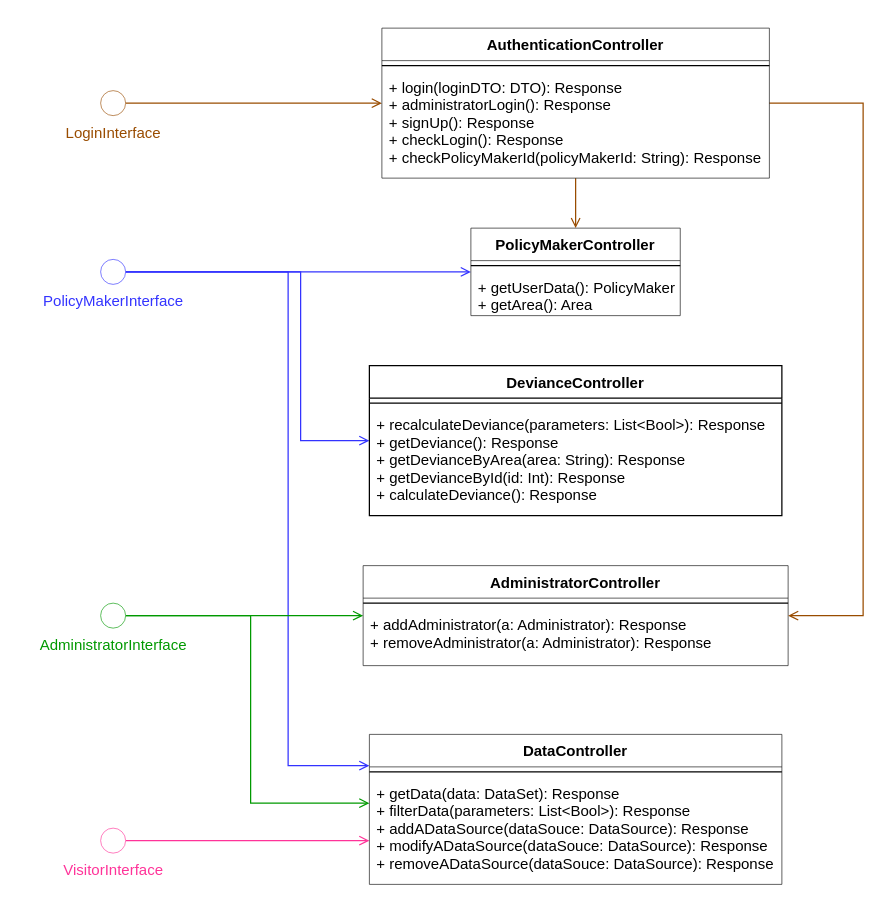
matteovisotto/SE2-CecchettoSirianiVisotto keeps this draw.io diagram as page "ComponentInterfaceAdministrator" (2 of 2) of DD Diagrams/ComponentInterfaces.drawio. Above is the earlier version. Source tidied: cells renumbered, new cells numbered last; positions are measured from the earlier drawing's top-left corner, leaving out a move shared by most shapes. Both pictures are drawn from the tidied source at 125%, with x=0, y=0 at pixel (100, 28).
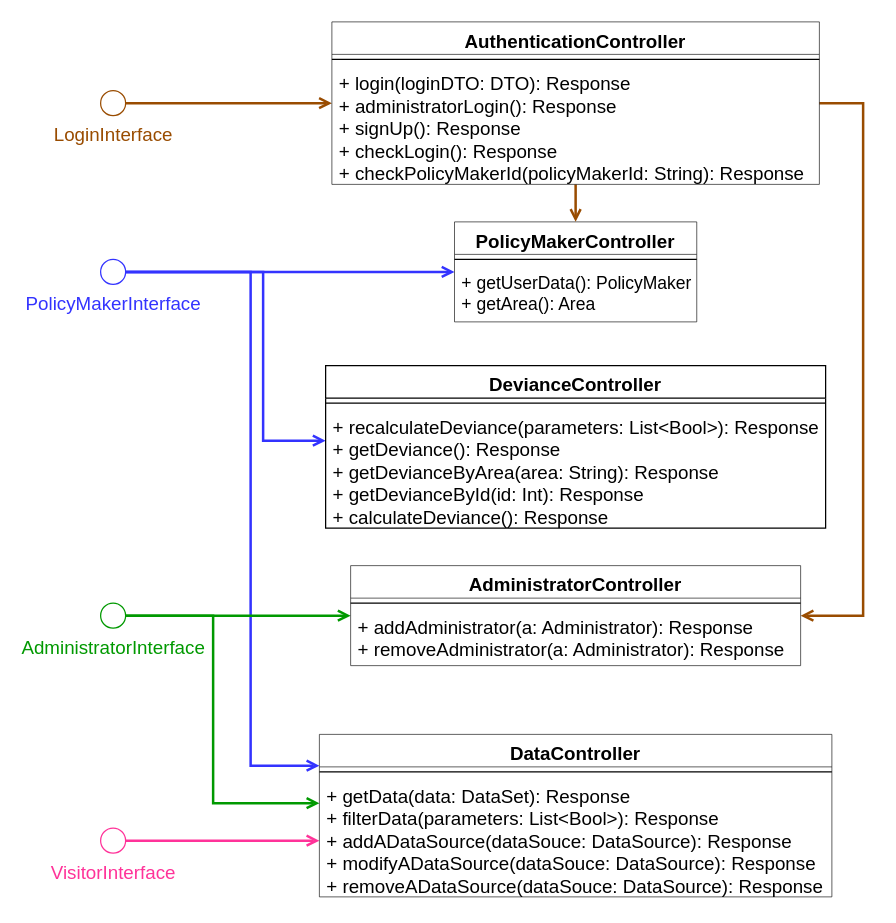
After the change.

What changed in the source:
```diff
@@
-    <mxCell id="2" style="edgeStyle=orthogonalEdgeStyle;rounded=0;jettySize=auto;html=1;endArrow=open;endFill=0;strokeColor=#3333FF;" parent="1" edge="1" source="5" target="16">
+    <mxCell id="2" style="edgeStyle=orthogonalEdgeStyle;rounded=0;jettySize=auto;html=1;endArrow=open;endFill=0;strokeColor=#3333FF;strokeWidth=2;" parent="1" edge="1" source="5" target="16">
       <mxGeometry relative="1" as="geometry" />
     </mxCell>
-    <mxCell id="3" style="edgeStyle=orthogonalEdgeStyle;rounded=0;jettySize=auto;html=1;exitX=1;exitY=0.5;exitDx=0;exitDy=0;exitPerimeter=0;endArrow=open;endFill=0;strokeColor=#3333FF;" parent="1" edge="1" source="5" target="19">
+    <mxCell id="3" style="edgeStyle=orthogonalEdgeStyle;rounded=0;jettySize=auto;html=1;exitX=1;exitY=0.5;exitDx=0;exitDy=0;exitPerimeter=0;endArrow=open;endFill=0;strokeColor=#3333FF;strokeWidth=2;" parent="1" edge="1" source="5" target="19">
       <mxGeometry relative="1" as="geometry">
         <Array as="points">
-          <mxPoint x="150" y="195" />
-          <mxPoint x="150" y="590" />
+          <mxPoint x="120" y="195" />
+          <mxPoint x="120" y="590" />
         </Array>
       </mxGeometry>
     </mxCell>
-    <mxCell id="4" style="edgeStyle=orthogonalEdgeStyle;rounded=0;jettySize=auto;html=1;exitX=1;exitY=0.5;exitDx=0;exitDy=0;exitPerimeter=0;fontColor=#000000;endArrow=open;endFill=0;strokeColor=#3333FF;" parent="1" edge="1" source="5" target="27">
+    <mxCell id="4" style="edgeStyle=orthogonalEdgeStyle;rounded=0;jettySize=auto;html=1;exitX=1;exitY=0.5;exitDx=0;exitDy=0;exitPerimeter=0;fontColor=#000000;endArrow=open;endFill=0;strokeColor=#3333FF;strokeWidth=2;" parent="1" edge="1" source="5" target="27">
       <mxGeometry relative="1" as="geometry">
         <Array as="points">
-          <mxPoint x="160" y="195" />
-          <mxPoint x="160" y="330" />
+          <mxPoint x="130" y="195" />
+          <mxPoint x="130" y="330" />
         </Array>
       </mxGeometry>
     </mxCell>
-    <mxCell id="5" value="&lt;font color=&quot;#3333ff&quot;&gt;PolicyMakerInterface&lt;/font&gt;" style="verticalLabelPosition=bottom;verticalAlign=top;html=1;shape=mxgraph.flowchart.on-page_reference;strokeWidth=0.5;strokeColor=#3333FF;" parent="1" vertex="1">
+    <mxCell id="5" value="&lt;font color=&quot;#3333ff&quot; style=&quot;font-size: 15px&quot;&gt;PolicyMakerInterface&lt;/font&gt;" style="verticalLabelPosition=bottom;verticalAlign=top;html=1;shape=mxgraph.flowchart.on-page_reference;strokeWidth=1;strokeColor=#3333FF;" parent="1" vertex="1">
       <mxGeometry y="185" width="20" height="20" as="geometry" />
     </mxCell>
-    <mxCell id="6" style="edgeStyle=orthogonalEdgeStyle;rounded=0;jettySize=auto;html=1;endArrow=open;endFill=0;strokeColor=#994C00;" parent="1" edge="1" source="7" target="24">
+    <mxCell id="6" style="edgeStyle=orthogonalEdgeStyle;rounded=0;jettySize=auto;html=1;endArrow=open;endFill=0;strokeColor=#994C00;strokeWidth=2;" parent="1" edge="1" source="7" target="24">
       <mxGeometry relative="1" as="geometry" />
     </mxCell>
-    <mxCell id="7" value="&lt;font color=&quot;#994c00&quot;&gt;LoginInterface&lt;/font&gt;" style="verticalLabelPosition=bottom;verticalAlign=top;html=1;shape=mxgraph.flowchart.on-page_reference;strokeWidth=0.5;strokeColor=#994C00;" parent="1" vertex="1">
+    <mxCell id="7" value="&lt;font color=&quot;#994c00&quot; style=&quot;font-size: 15px&quot;&gt;LoginInterface&lt;/font&gt;" style="verticalLabelPosition=bottom;verticalAlign=top;html=1;shape=mxgraph.flowchart.on-page_reference;strokeWidth=1;strokeColor=#994C00;" parent="1" vertex="1">
       <mxGeometry y="50" width="20" height="20" as="geometry" />
     </mxCell>
-    <mxCell id="8" style="edgeStyle=orthogonalEdgeStyle;rounded=0;jettySize=auto;html=1;endArrow=open;endFill=0;exitX=1;exitY=0.5;exitDx=0;exitDy=0;exitPerimeter=0;strokeColor=#009900;" parent="1" edge="1" source="10" target="13">
+    <mxCell id="8" style="edgeStyle=orthogonalEdgeStyle;rounded=0;jettySize=auto;html=1;endArrow=open;endFill=0;exitX=1;exitY=0.5;exitDx=0;exitDy=0;exitPerimeter=0;strokeColor=#009900;strokeWidth=2;" parent="1" edge="1" source="10" target="13">
       <mxGeometry relative="1" as="geometry">
         <Array as="points">
           <mxPoint x="100" y="470" />
           <mxPoint x="100" y="470" />
         </Array>
       </mxGeometry>
     </mxCell>
-    <mxCell id="9" style="edgeStyle=orthogonalEdgeStyle;rounded=0;jettySize=auto;html=1;exitX=1;exitY=0.5;exitDx=0;exitDy=0;exitPerimeter=0;endArrow=open;endFill=0;strokeColor=#009900;" parent="1" edge="1" source="10" target="19">
+    <mxCell id="9" style="edgeStyle=orthogonalEdgeStyle;rounded=0;jettySize=auto;html=1;exitX=1;exitY=0.5;exitDx=0;exitDy=0;exitPerimeter=0;endArrow=open;endFill=0;strokeColor=#009900;strokeWidth=2;" parent="1" edge="1" source="10" target="19">
       <mxGeometry relative="1" as="geometry">
         <Array as="points">
-          <mxPoint x="120" y="470" />
-          <mxPoint x="120" y="620" />
+          <mxPoint x="90" y="470" />
+          <mxPoint x="90" y="620" />
         </Array>
       </mxGeometry>
     </mxCell>
-    <mxCell id="10" value="&lt;font color=&quot;#009900&quot;&gt;AdministratorInterface&lt;/font&gt;" style="verticalLabelPosition=bottom;verticalAlign=top;html=1;shape=mxgraph.flowchart.on-page_reference;strokeWidth=0.5;strokeColor=#009900;" parent="1" vertex="1">
+    <mxCell id="10" value="&lt;font color=&quot;#009900&quot; style=&quot;font-size: 15px&quot;&gt;AdministratorInterface&lt;/font&gt;" style="verticalLabelPosition=bottom;verticalAlign=top;html=1;shape=mxgraph.flowchart.on-page_reference;strokeWidth=1;strokeColor=#009900;" parent="1" vertex="1">
       <mxGeometry y="460" width="20" height="20" as="geometry" />
     </mxCell>
-    <mxCell id="11" style="edgeStyle=orthogonalEdgeStyle;rounded=0;jettySize=auto;html=1;endArrow=open;endFill=0;exitX=1;exitY=0.5;exitDx=0;exitDy=0;exitPerimeter=0;strokeColor=#FF3399;" parent="1" edge="1" source="12" target="19">
+    <mxCell id="11" style="edgeStyle=orthogonalEdgeStyle;rounded=0;jettySize=auto;html=1;endArrow=open;endFill=0;exitX=1;exitY=0.5;exitDx=0;exitDy=0;exitPerimeter=0;strokeColor=#FF3399;strokeWidth=2;" parent="1" edge="1" source="12" target="19">
       <mxGeometry relative="1" as="geometry">
         <Array as="points">
           <mxPoint x="20" y="650" />
         </Array>
       </mxGeometry>
     </mxCell>
-    <mxCell id="12" value="&lt;font color=&quot;#ff3399&quot;&gt;VisitorInterface&lt;/font&gt;" style="verticalLabelPosition=bottom;verticalAlign=top;html=1;shape=mxgraph.flowchart.on-page_reference;strokeWidth=0.5;strokeColor=#FF3399;" parent="1" vertex="1">
+    <mxCell id="12" value="&lt;font color=&quot;#ff3399&quot; style=&quot;font-size: 15px&quot;&gt;VisitorInterface&lt;/font&gt;" style="verticalLabelPosition=bottom;verticalAlign=top;html=1;shape=mxgraph.flowchart.on-page_reference;strokeWidth=1;strokeColor=#FF3399;" parent="1" vertex="1">
       <mxGeometry y="640" width="20" height="20" as="geometry" />
     </mxCell>
-    <mxCell id="13" value="AdministratorController" style="swimlane;fontStyle=1;align=center;verticalAlign=top;horizontal=1;startSize=26;strokeWidth=0.5;" parent="1" vertex="1">
-      <mxGeometry x="210" y="430" width="340" height="80" as="geometry" />
+    <mxCell id="13" value="AdministratorController" style="swimlane;fontStyle=1;align=center;verticalAlign=top;horizontal=1;startSize=26;strokeWidth=0.5;fontSize=15;" parent="1" vertex="1">
+      <mxGeometry x="200" y="430" width="360" height="80" as="geometry" />
     </mxCell>
     <mxCell id="14" style="line;strokeWidth=1;fillColor=none;align=left;verticalAlign=middle;spacingTop=-1;spacingLeft=3;spacingRight=3;labelPosition=right;" parent="13" vertex="1">
-      <mxGeometry y="26" width="340" height="8" as="geometry" />
+      <mxGeometry y="26" width="360" height="8" as="geometry" />
     </mxCell>
-    <mxCell id="15" value="+ addAdministrator(a: Administrator): Response&#10;+ removeAdministrator(a: Administrator): Response" style="text;strokeColor=none;fillColor=none;align=left;verticalAlign=top;spacingLeft=4;spacingRight=4;overflow=hidden;" parent="13" vertex="1">
-      <mxGeometry y="34" width="340" height="46" as="geometry" />
+    <mxCell id="15" value="+ addAdministrator(a: Administrator): Response&#10;+ removeAdministrator(a: Administrator): Response" style="text;strokeColor=none;fillColor=none;align=left;verticalAlign=top;spacingLeft=4;spacingRight=4;overflow=hidden;fontSize=15;" parent="13" vertex="1">
+      <mxGeometry y="34" width="360" height="46" as="geometry" />
     </mxCell>
-    <mxCell id="16" value="PolicyMakerController" style="swimlane;fontStyle=1;align=center;verticalAlign=top;horizontal=1;startSize=26;strokeWidth=0.5;" parent="1" vertex="1">
-      <mxGeometry x="296.2" y="160" width="167.5" height="70" as="geometry" />
+    <mxCell id="16" value="PolicyMakerController" style="swimlane;fontStyle=1;align=center;verticalAlign=top;horizontal=1;startSize=26;strokeWidth=0.5;fontSize=15;" parent="1" vertex="1">
+      <mxGeometry x="283.1" y="155" width="193.8" height="80" as="geometry" />
     </mxCell>
     <mxCell id="17" style="line;strokeWidth=1;fillColor=none;align=left;verticalAlign=middle;spacingTop=-1;spacingLeft=3;spacingRight=3;labelPosition=right;" parent="16" vertex="1">
-      <mxGeometry y="26" width="167.5" height="8" as="geometry" />
+      <mxGeometry y="26" width="193.8" height="8" as="geometry" />
     </mxCell>
-    <mxCell id="18" value="+ getUserData(): PolicyMaker&#10;+ getArea(): Area" style="text;strokeColor=none;fillColor=none;align=left;verticalAlign=top;spacingLeft=4;spacingRight=4;overflow=hidden;" parent="16" vertex="1">
-      <mxGeometry y="34" width="167.5" height="36" as="geometry" />
+    <mxCell id="18" value="+ getUserData(): PolicyMaker&#10;+ getArea(): Area" style="text;strokeColor=none;fillColor=none;align=left;verticalAlign=top;spacingLeft=4;spacingRight=4;overflow=hidden;fontSize=14;" parent="16" vertex="1">
+      <mxGeometry y="34" width="193.8" height="46" as="geometry" />
     </mxCell>
-    <mxCell id="19" value="DataController" style="swimlane;fontStyle=1;align=center;verticalAlign=top;horizontal=1;startSize=26;strokeWidth=0.5;" parent="1" vertex="1">
-      <mxGeometry x="215" y="565" width="330" height="120" as="geometry" />
+    <mxCell id="19" value="DataController" style="swimlane;fontStyle=1;align=center;verticalAlign=top;horizontal=1;startSize=26;strokeWidth=0.5;fontSize=15;" parent="1" vertex="1">
+      <mxGeometry x="175" y="565" width="410" height="130" as="geometry" />
     </mxCell>
     <mxCell id="20" style="line;strokeWidth=1;fillColor=none;align=left;verticalAlign=middle;spacingTop=-1;spacingLeft=3;spacingRight=3;labelPosition=right;" parent="19" vertex="1">
-      <mxGeometry y="26" width="330" height="8" as="geometry" />
+      <mxGeometry y="26" width="410" height="8" as="geometry" />
     </mxCell>
-    <mxCell id="21" value="+ getData(data: DataSet): Response&#10;+ filterData(parameters: List&lt;Bool&gt;): Response&#10;+ addADataSource(dataSouce: DataSource): Response&#10;+ modifyADataSource(dataSouce: DataSource): Response&#10;+ removeADataSource(dataSouce: DataSource): Response" style="text;strokeColor=none;fillColor=none;align=left;verticalAlign=top;spacingLeft=4;spacingRight=4;overflow=hidden;" parent="19" vertex="1">
-      <mxGeometry y="34" width="330" height="86" as="geometry" />
+    <mxCell id="21" value="+ getData(data: DataSet): Response&#10;+ filterData(parameters: List&lt;Bool&gt;): Response&#10;+ addADataSource(dataSouce: DataSource): Response&#10;+ modifyADataSource(dataSouce: DataSource): Response&#10;+ removeADataSource(dataSouce: DataSource): Response" style="text;strokeColor=none;fillColor=none;align=left;verticalAlign=top;spacingLeft=4;spacingRight=4;overflow=hidden;fontSize=15;" parent="19" vertex="1">
+      <mxGeometry y="34" width="410" height="96" as="geometry" />
     </mxCell>
-    <mxCell id="22" style="edgeStyle=orthogonalEdgeStyle;rounded=0;jettySize=auto;html=1;endArrow=open;endFill=0;strokeColor=#994C00;" parent="1" edge="1" source="24" target="16">
+    <mxCell id="22" style="edgeStyle=orthogonalEdgeStyle;rounded=0;jettySize=auto;html=1;endArrow=open;endFill=0;strokeColor=#994C00;strokeWidth=2;" parent="1" edge="1" source="24" target="16">
       <mxGeometry relative="1" as="geometry" />
     </mxCell>
-    <mxCell id="23" style="edgeStyle=orthogonalEdgeStyle;rounded=0;jettySize=auto;html=1;fontColor=#009900;endArrow=open;endFill=0;strokeColor=#994C00;" parent="1" edge="1" source="24" target="13">
+    <mxCell id="23" style="edgeStyle=orthogonalEdgeStyle;rounded=0;jettySize=auto;html=1;fontColor=#009900;endArrow=open;endFill=0;strokeColor=#994C00;strokeWidth=2;" parent="1" edge="1" source="24" target="13">
       <mxGeometry relative="1" as="geometry">
         <Array as="points">
           <mxPoint x="610" y="60" />
           <mxPoint x="610" y="470" />
         </Array>
       </mxGeometry>
     </mxCell>
-    <mxCell id="24" value="AuthenticationController" style="swimlane;fontStyle=1;align=center;verticalAlign=top;horizontal=1;startSize=26;strokeWidth=0.5;" parent="1" vertex="1">
-      <mxGeometry x="225" width="310" height="120" as="geometry" />
+    <mxCell id="24" value="AuthenticationController" style="swimlane;fontStyle=1;align=center;verticalAlign=top;horizontal=1;startSize=26;strokeWidth=0.5;fontSize=15;" parent="1" vertex="1">
+      <mxGeometry x="185" y="-5" width="390" height="130" as="geometry" />
     </mxCell>
     <mxCell id="25" style="line;strokeWidth=1;fillColor=none;align=left;verticalAlign=middle;spacingTop=-1;spacingLeft=3;spacingRight=3;labelPosition=right;" parent="24" vertex="1">
-      <mxGeometry y="26" width="310" height="8" as="geometry" />
+      <mxGeometry y="26" width="390" height="8" as="geometry" />
     </mxCell>
-    <mxCell id="26" value="+ login(loginDTO: DTO): Response&#10;+ administratorLogin(): Response&#10;+ signUp(): Response&#10;+ checkLogin(): Response&#10;+ checkPolicyMakerId(policyMakerId: String): Response" style="text;strokeColor=none;fillColor=none;align=left;verticalAlign=top;spacingLeft=4;spacingRight=4;overflow=hidden;" parent="24" vertex="1">
-      <mxGeometry y="34" width="310" height="86" as="geometry" />
+    <mxCell id="26" value="+ login(loginDTO: DTO): Response&#10;+ administratorLogin(): Response&#10;+ signUp(): Response&#10;+ checkLogin(): Response&#10;+ checkPolicyMakerId(policyMakerId: String): Response" style="text;strokeColor=none;fillColor=none;align=left;verticalAlign=top;spacingLeft=4;spacingRight=4;overflow=hidden;fontSize=15;" parent="24" vertex="1">
+      <mxGeometry y="34" width="390" height="96" as="geometry" />
     </mxCell>
-    <mxCell id="27" value="DevianceController" style="swimlane;fontStyle=1;align=center;verticalAlign=top;horizontal=1;startSize=26;fontColor=#000000;strokeColor=#000000;" parent="1" vertex="1">
-      <mxGeometry x="215" y="270" width="330" height="120" as="geometry" />
+    <mxCell id="27" value="DevianceController" style="swimlane;fontStyle=1;align=center;verticalAlign=top;horizontal=1;startSize=26;fontColor=#000000;strokeColor=#000000;fontSize=15;" parent="1" vertex="1">
+      <mxGeometry x="180" y="270" width="400" height="130" as="geometry" />
     </mxCell>
     <mxCell id="28" style="line;strokeWidth=1;fillColor=none;align=left;verticalAlign=middle;spacingTop=-1;spacingLeft=3;spacingRight=3;labelPosition=right;fontColor=#000000;" parent="27" vertex="1">
-      <mxGeometry y="26" width="330" height="8" as="geometry" />
+      <mxGeometry y="26" width="400" height="8" as="geometry" />
     </mxCell>
-    <mxCell id="29" value="+ recalculateDeviance(parameters: List&lt;Bool&gt;): Response&#10;+ getDeviance(): Response&#10;+ getDevianceByArea(area: String): Response&#10;+ getDevianceById(id: Int): Response&#10;+ calculateDeviance(): Response" style="text;strokeColor=none;fillColor=none;align=left;verticalAlign=top;spacingLeft=4;spacingRight=4;overflow=hidden;fontColor=#000000;" parent="27" vertex="1">
-      <mxGeometry y="34" width="330" height="86" as="geometry" />
+    <mxCell id="29" value="+ recalculateDeviance(parameters: List&lt;Bool&gt;): Response&#10;+ getDeviance(): Response&#10;+ getDevianceByArea(area: String): Response&#10;+ getDevianceById(id: Int): Response&#10;+ calculateDeviance(): Response" style="text;strokeColor=none;fillColor=none;align=left;verticalAlign=top;spacingLeft=4;spacingRight=4;overflow=hidden;fontColor=#000000;fontSize=15;" parent="27" vertex="1">
+      <mxGeometry y="34" width="400" height="96" as="geometry" />
     </mxCell>
```
